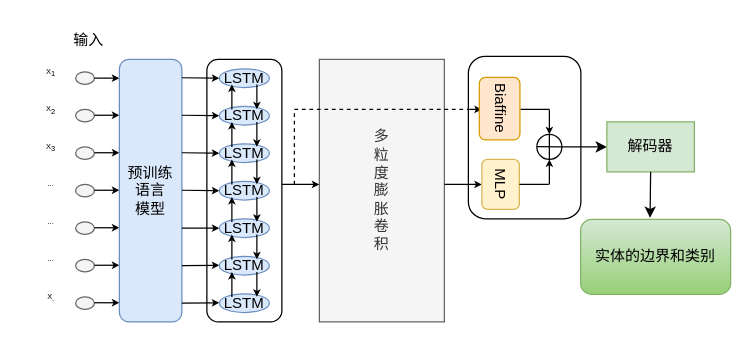
This is drawio/ner.drawio from Ryan-xsh/first, a draw.io file, before an edit. Source tidied: cells renumbered, new cells numbered last; positions are measured from the earlier drawing's top-left corner, leaving out a move shared by most shapes. Both pictures are drawn from the tidied source at 125%, with x=0, y=0 at pixel (25, 21).
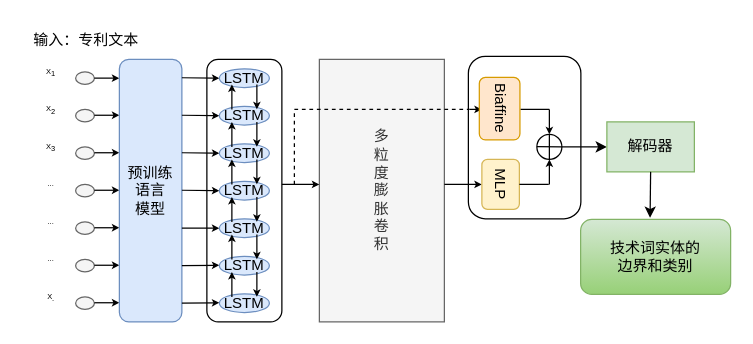
The same page after the edit.

The edit, as a diff of the source:
```diff
@@
-    <mxCell id="4" value="输入" style="text;html=1;align=center;verticalAlign=middle;strokeColor=none;fillColor=none;" parent="1" vertex="1">
-      <mxGeometry x="25" width="50" height="30" as="geometry" />
+    <mxCell id="4" value="输入：专利文本" style="text;html=1;align=center;verticalAlign=middle;strokeColor=none;fillColor=none;" parent="1" vertex="1">
+      <mxGeometry x="-3.5" y="1.5" width="102" height="26" as="geometry" />
     </mxCell>
@@
-    <mxCell id="70" value="实体的边界和类别" style="rounded=1;whiteSpace=wrap;html=1;fillColor=#d5e8d4;strokeColor=#82b366;gradientColor=#97d077;" parent="1" vertex="1">
+    <mxCell id="70" value="技术词实体的&lt;br&gt;边界和类别" style="rounded=1;whiteSpace=wrap;html=1;fillColor=#d5e8d4;strokeColor=#82b366;gradientColor=#97d077;" parent="1" vertex="1">
       <mxGeometry x="444" y="158" width="120" height="60" as="geometry" />
     </mxCell>
```
